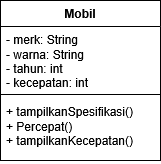
Earlier version of the draw.io export pertemuan9/ClassDiagramMobil.drawio.png (d1041241074-droid/PEMROGRAMAN-BERORIENTASI-OBJEK). Source tidied: cells renumbered, new cells last; positions are measured from the earlier drawing's top-left corner, leaving out a move shared by most shapes. Its diagram source:
```xml
<mxGraphModel>
  <root>
    <mxCell id="0" />
    <mxCell id="1" parent="0" />
    <mxCell id="2" value="Mobil" style="swimlane;fontStyle=1;align=center;verticalAlign=top;horizontal=1;startSize=26;whiteSpace=wrap;html=1;" parent="1" vertex="1">
      <mxGeometry width="160" height="160" as="geometry" />
    </mxCell>
    <mxCell id="3" value="&lt;div&gt;- merk: String&lt;/div&gt;&lt;div&gt;- warna: String&lt;/div&gt;&lt;div&gt;- tahun: int&lt;/div&gt;&lt;div&gt;- kecepatan: int&lt;/div&gt;" style="text;strokeColor=none;fillColor=none;align=left;verticalAlign=top;spacingLeft=4;spacingRight=4;overflow=hidden;whiteSpace=wrap;html=1;" parent="2" vertex="1">
      <mxGeometry y="26" width="160" height="64" as="geometry" />
    </mxCell>
    <mxCell id="4" style="line;strokeWidth=1;fillColor=none;align=left;verticalAlign=middle;spacingTop=-1;spacingLeft=3;spacingRight=3;labelPosition=right;strokeColor=inherit;" parent="2" vertex="1">
      <mxGeometry y="90" width="160" height="8" as="geometry" />
    </mxCell>
    <mxCell id="5" value="&lt;div&gt;+ tampilkanSpesifikasi()&lt;/div&gt;&lt;div&gt;+ Percepat()&lt;/div&gt;&lt;div&gt;+ tampilkanKecepatan()&lt;/div&gt;" style="text;strokeColor=none;fillColor=none;align=left;verticalAlign=top;spacingLeft=4;spacingRight=4;overflow=hidden;whiteSpace=wrap;html=1;" parent="2" vertex="1">
      <mxGeometry y="98" width="160" height="62" as="geometry" />
    </mxCell>
  </root>
</mxGraphModel>
```
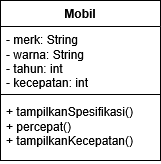
Later version of the same file.

Commit message:
Menambahkan Tugas Mandiri Pertemuan 9

Diff of the diagram source:
```diff
@@ -11,7 +11,7 @@
     <mxCell id="4" style="line;strokeWidth=1;fillColor=none;align=left;verticalAlign=middle;spacingTop=-1;spacingLeft=3;spacingRight=3;labelPosition=right;strokeColor=inherit;" parent="2" vertex="1">
       <mxGeometry y="90" width="160" height="8" as="geometry" />
     </mxCell>
-    <mxCell id="5" value="&lt;div&gt;+ tampilkanSpesifikasi()&lt;/div&gt;&lt;div&gt;+ Percepat()&lt;/div&gt;&lt;div&gt;+ tampilkanKecepatan()&lt;/div&gt;" style="text;strokeColor=none;fillColor=none;align=left;verticalAlign=top;spacingLeft=4;spacingRight=4;overflow=hidden;whiteSpace=wrap;html=1;" parent="2" vertex="1">
+    <mxCell id="5" value="&lt;div&gt;+ tampilkanSpesifikasi()&lt;/div&gt;&lt;div&gt;+ percepat()&lt;/div&gt;&lt;div&gt;+ tampilkanKecepatan()&lt;/div&gt;" style="text;strokeColor=none;fillColor=none;align=left;verticalAlign=top;spacingLeft=4;spacingRight=4;overflow=hidden;whiteSpace=wrap;html=1;" parent="2" vertex="1">
       <mxGeometry y="98" width="160" height="62" as="geometry" />
     </mxCell>
   </root>
```
